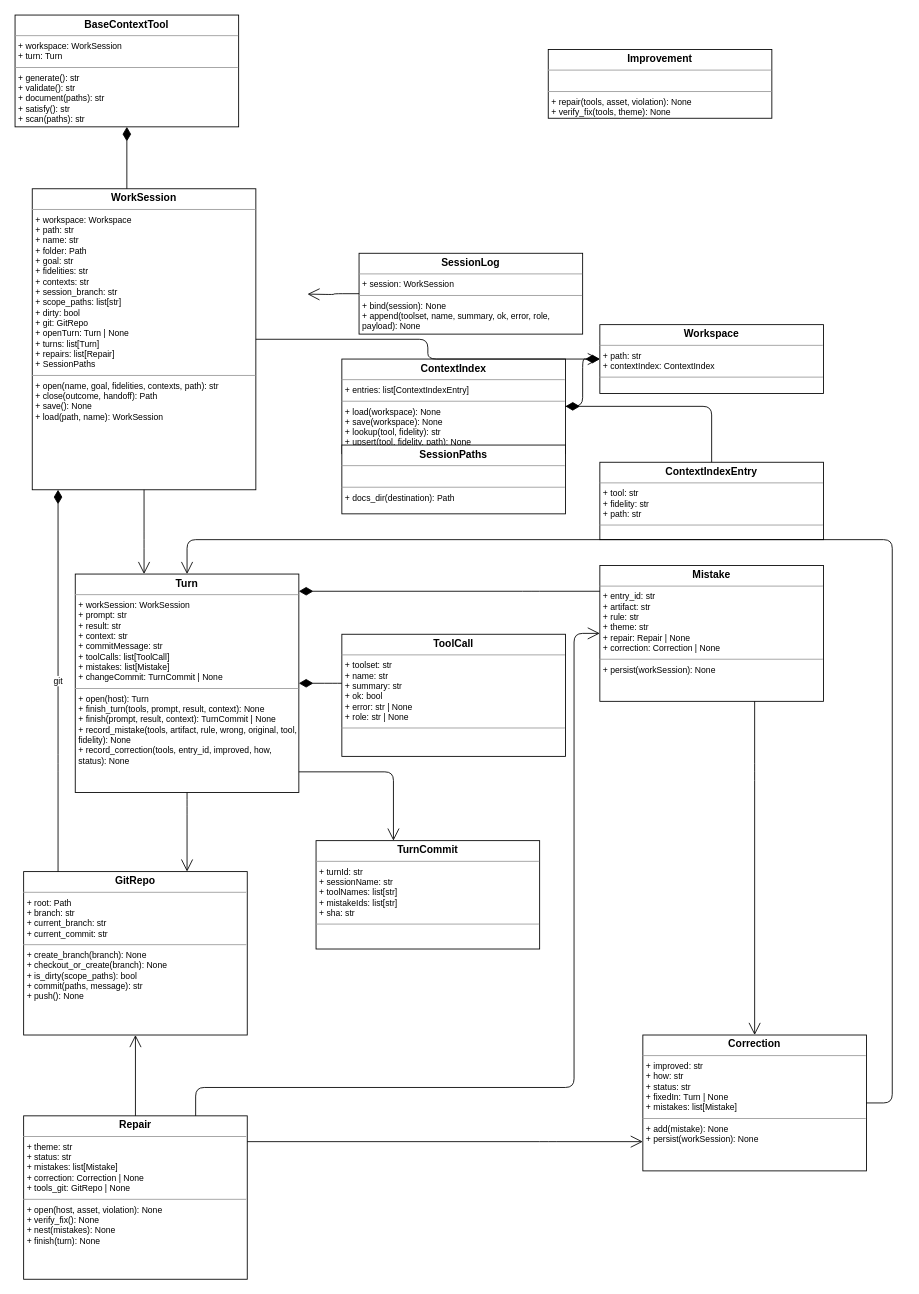
Before: context_tools/actions/eval/.context/sessions/eval-consolidate-workspace/workspace-eval-target-ce.drawio in abd-works/abd-context-driven-delivery, a draw.io diagram. Source tidied: cells renumbered, new cells numbered last; positions are measured from the earlier drawing's top-left corner, leaving out a move shared by most shapes. Both pictures are drawn from the tidied source at 86%, with x=0, y=0 at pixel (15, 15).
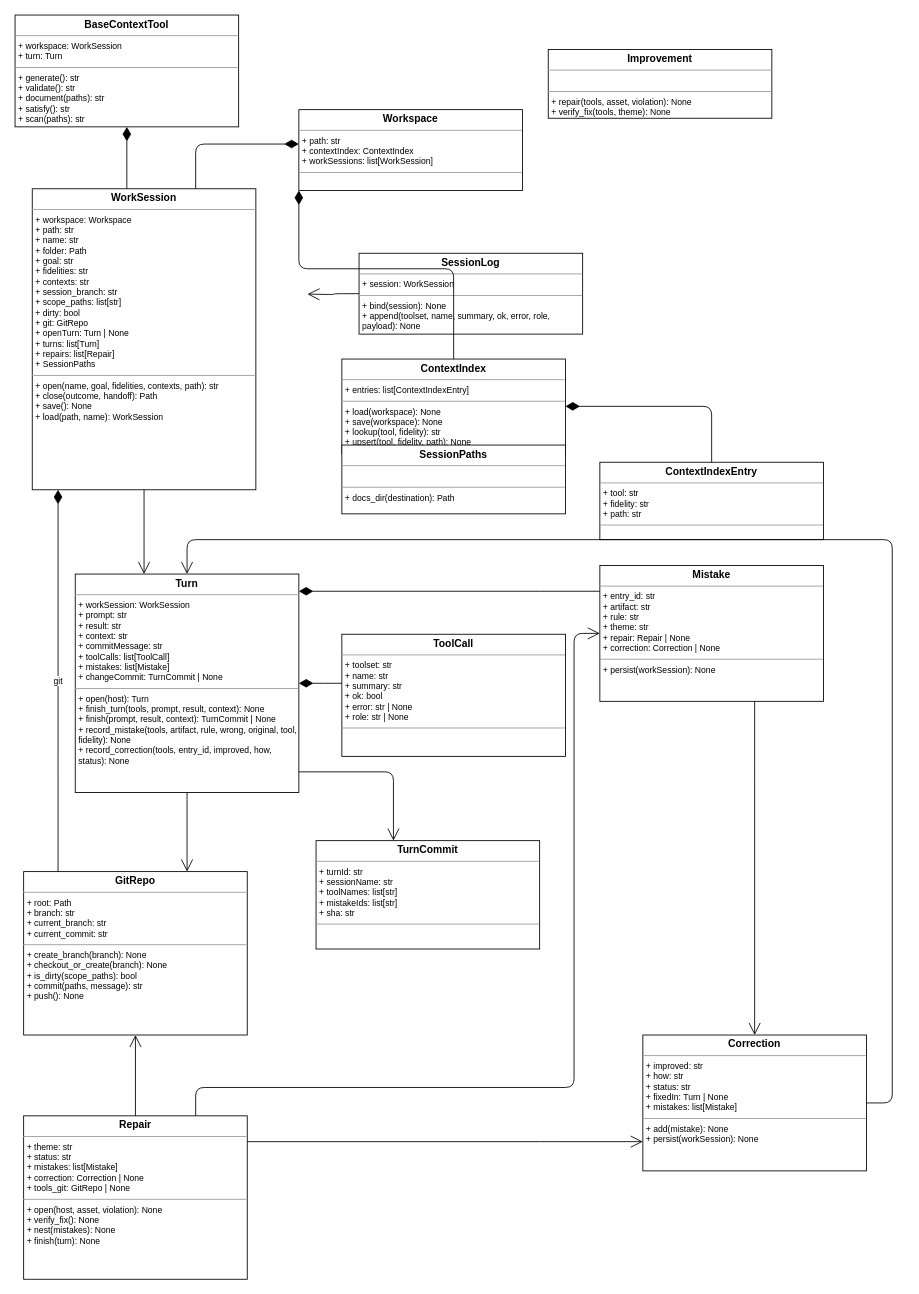
The same diagram, later.

Unchanged cells that the change refers to:
```xml
<mxCell id="3" value="&lt;p style=&quot;margin:0px;margin-top:4px;text-align:center;&quot;&gt;&lt;b&gt;WorkSession&lt;/b&gt;&lt;/p&gt;&lt;hr size=&quot;1&quot;/&gt;&lt;p style=&quot;margin:0px;margin-left:4px;font-size:10px;&quot;&gt;+ workspace: Workspace&lt;br/&gt;+ path: str&lt;br/&gt;+ name: str&lt;br/&gt;+ folder: Path&lt;br/&gt;+ goal: str&lt;br/&gt;+ fidelities: str&lt;br/&gt;+ contexts: str&lt;br/&gt;+ session_branch: str&lt;br/&gt;+ scope_paths: list[str]&lt;br/&gt;+ dirty: bool&lt;br/&gt;+ git: GitRepo&lt;br/&gt;+ openTurn: Turn | None&lt;br/&gt;+ turns: list[Turn]&lt;br/&gt;+ repairs: list[Repair]&lt;br/&gt;+ SessionPaths&lt;br/&gt;&lt;/p&gt;&lt;hr size=&quot;1&quot;/&gt;&lt;p style=&quot;margin:0px;margin-left:4px;font-size:10px;&quot;&gt;+ open(name, goal, fidelities, contexts, path): str&lt;br/&gt;+ close(outcome, handoff): Path&lt;br/&gt;+ save(): None&lt;br/&gt;+ load(path, name): WorkSession&lt;br/&gt;&lt;/p&gt;" style="verticalAlign=top;align=left;overflow=fill;fontSize=12;fontFamily=Helvetica;html=1;whiteSpace=wrap;" parent="1" vertex="1">
  <mxGeometry x="20" y="202" width="260" height="350" as="geometry" />
</mxCell>
<mxCell id="8" value="&lt;p style=&quot;margin:0px;margin-top:4px;text-align:center;&quot;&gt;&lt;b&gt;ContextIndex&lt;/b&gt;&lt;/p&gt;&lt;hr size=&quot;1&quot;/&gt;&lt;p style=&quot;margin:0px;margin-left:4px;font-size:10px;&quot;&gt;+ entries: list[ContextIndexEntry]&lt;br/&gt;&lt;/p&gt;&lt;hr size=&quot;1&quot;/&gt;&lt;p style=&quot;margin:0px;margin-left:4px;font-size:10px;&quot;&gt;+ load(workspace): None&lt;br/&gt;+ save(workspace): None&lt;br/&gt;+ lookup(tool, fidelity): str&lt;br/&gt;+ upsert(tool, fidelity, path): None&lt;br/&gt;&lt;/p&gt;" style="verticalAlign=top;align=left;overflow=fill;fontSize=12;fontFamily=Helvetica;html=1;whiteSpace=wrap;" parent="1" vertex="1">
  <mxGeometry x="380" y="400" width="260" height="110" as="geometry" />
</mxCell>
```

Diff of the diagram source:
```diff
@@
-    <mxCell id="9" value="&lt;p style=&quot;margin:0px;margin-top:4px;text-align:center;&quot;&gt;&lt;b&gt;Workspace&lt;/b&gt;&lt;/p&gt;&lt;hr size=&quot;1&quot;/&gt;&lt;p style=&quot;margin:0px;margin-left:4px;font-size:10px;&quot;&gt;+ path: str&lt;br/&gt;+ contextIndex: ContextIndex&lt;br/&gt;&lt;/p&gt;&lt;hr size=&quot;1&quot;/&gt;&lt;p style=&quot;margin:0px;margin-left:4px;font-size:10px;&quot;&gt;&lt;br/&gt;&lt;/p&gt;" style="verticalAlign=top;align=left;overflow=fill;fontSize=12;fontFamily=Helvetica;html=1;whiteSpace=wrap;" parent="1" vertex="1">
-      <mxGeometry x="680" y="360" width="260" height="80" as="geometry" />
+    <mxCell id="9" value="&lt;p style=&quot;margin:0px;margin-top:4px;text-align:center;&quot;&gt;&lt;b&gt;Workspace&lt;/b&gt;&lt;/p&gt;&lt;hr size=&quot;1&quot;/&gt;&lt;p style=&quot;margin:0px;margin-left:4px;font-size:10px;&quot;&gt;+ path: str&lt;br/&gt;+ contextIndex: ContextIndex&lt;br/&gt;+ workSessions: list[WorkSession]&lt;br/&gt;&lt;/p&gt;&lt;hr size=&quot;1&quot;/&gt;&lt;p style=&quot;margin:0px;margin-left:4px;font-size:10px;&quot;&gt;&lt;br/&gt;&lt;/p&gt;" style="verticalAlign=top;align=left;overflow=fill;fontSize=12;fontFamily=Helvetica;html=1;whiteSpace=wrap;" parent="1" vertex="1">
+      <mxGeometry x="330" y="110" width="260" height="94" as="geometry" />
     </mxCell>
@@
-    <mxCell id="30" style="edgeStyle=orthogonalEdgeStyle;rounded=1;endArrow=open;endSize=12;html=1;" parent="1" edge="1" source="3" target="9">
-      <mxGeometry relative="1" as="geometry" />
+    <mxCell id="30" style="edgeStyle=orthogonalEdgeStyle;rounded=1;endArrow=none;html=1;startArrow=diamondThin;startFill=1;startSize=14;" parent="1" edge="1" source="9" target="3">
+      <mxGeometry relative="1" as="geometry">
+        <Array as="points">
+          <mxPoint x="210" y="150" />
+        </Array>
+      </mxGeometry>
     </mxCell>
     <mxCell id="31" style="edgeStyle=orthogonalEdgeStyle;rounded=1;endArrow=none;html=1;startArrow=diamondThin;startFill=1;startSize=14;" parent="1" edge="1" source="9" target="8">
-      <mxGeometry relative="1" as="geometry" />
+      <mxGeometry relative="1" as="geometry">
+        <Array as="points">
+          <mxPoint x="330" y="295" />
+          <mxPoint x="510" y="295" />
+        </Array>
+      </mxGeometry>
     </mxCell>
```
